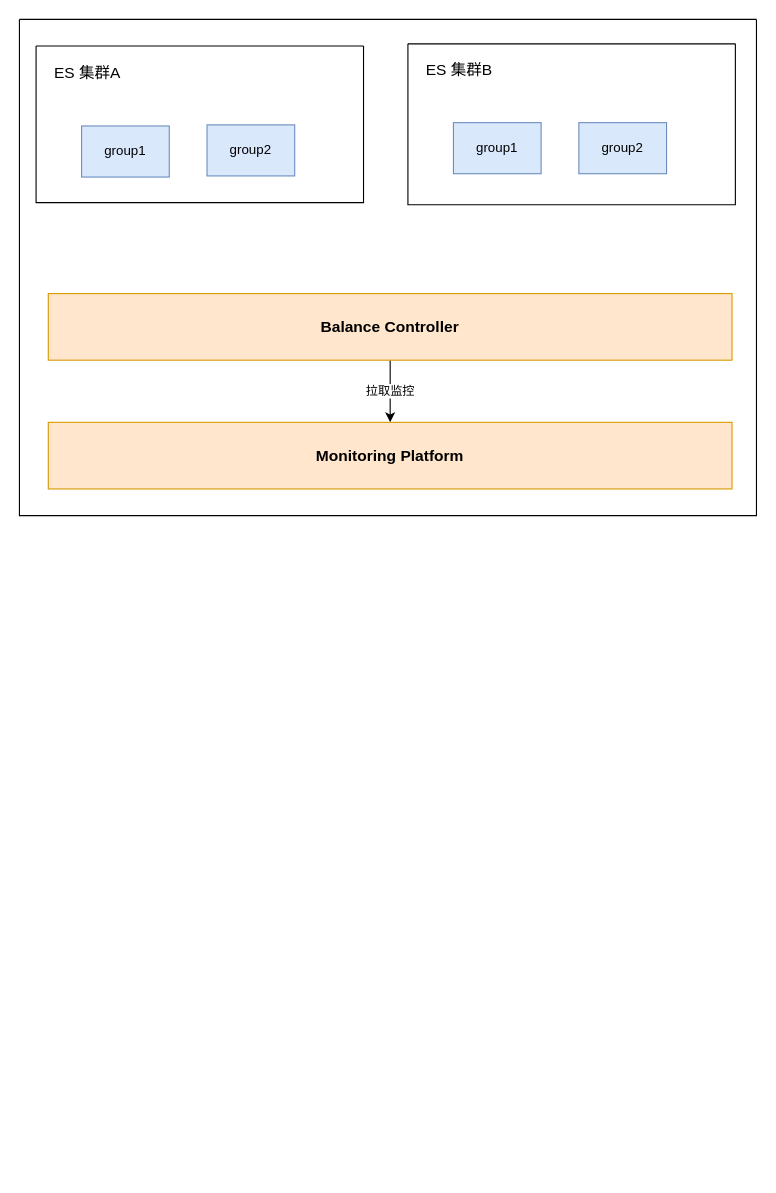
Before: page "第 10 页" (9 of 9) of promotion.drawio in WebbingXu/draw, a draw.io diagram. Source tidied: cells renumbered, new cells numbered last; positions are measured from the earlier drawing's top-left corner, leaving out a move shared by most shapes. Both pictures are drawn from the tidied source at 111%, with x=0, y=0 at pixel (19, 19).
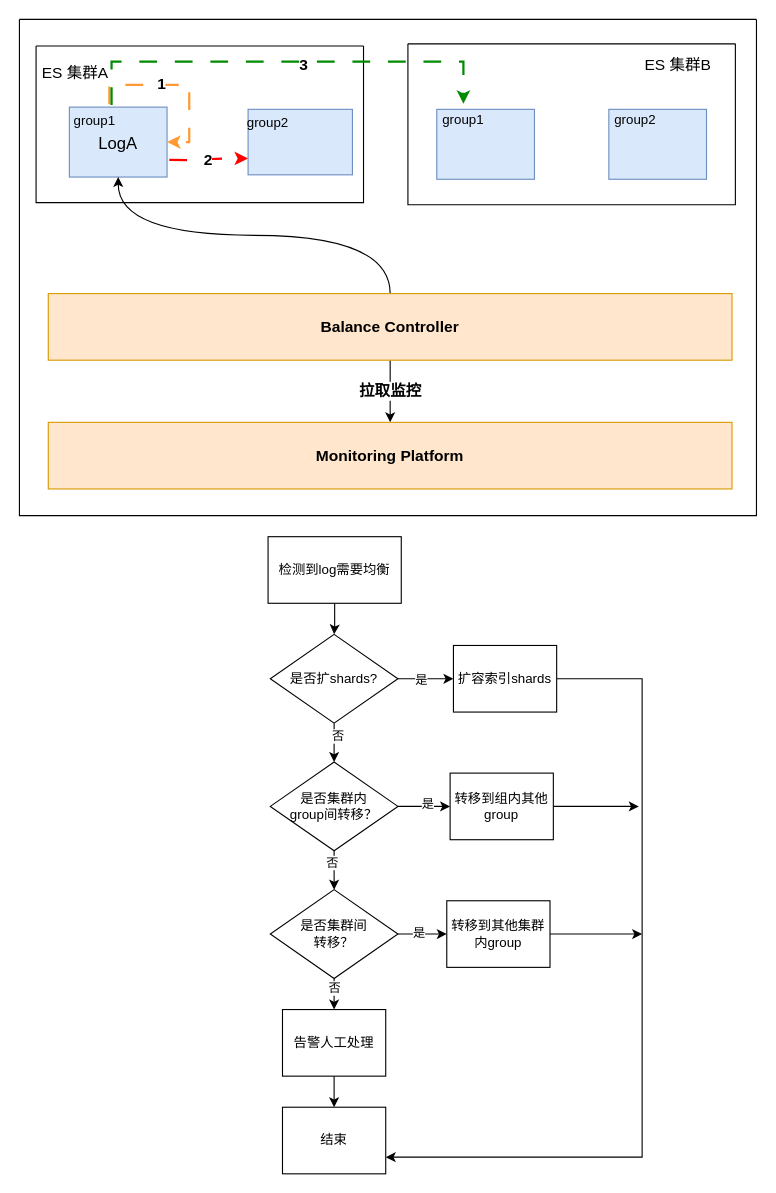
After the change.

Unchanged cells that the change refers to:
```xml
<mxCell id="2" style="swimlane;startSize=0;" parent="1" vertex="1">
  <mxGeometry x="15" y="24" width="295" height="141" as="geometry" />
</mxCell>
<mxCell id="6" style="swimlane;startSize=0;" parent="1" vertex="1">
  <mxGeometry x="350" y="22" width="295" height="145" as="geometry" />
</mxCell>
<mxCell id="12" value="&lt;b&gt;&lt;font style=&quot;font-size: 14px;&quot;&gt;Balance Controller&lt;/font&gt;&lt;/b&gt;" style="rounded=0;whiteSpace=wrap;html=1;fillColor=#ffe6cc;strokeColor=#d79b00;" parent="1" vertex="1">
  <mxGeometry x="26" y="247" width="616" height="60" as="geometry" />
</mxCell>
<mxCell id="13" value="&lt;b&gt;&lt;font style=&quot;font-size: 14px;&quot;&gt;Monitoring Platform&lt;/font&gt;&lt;/b&gt;" style="rounded=0;whiteSpace=wrap;html=1;fillColor=#ffe6cc;strokeColor=#d79b00;" parent="1" vertex="1">
  <mxGeometry x="26" y="363" width="616" height="60" as="geometry" />
</mxCell>
```

What changed in the source:
```diff
@@
-    <mxCell id="3" value="group1" style="rounded=0;whiteSpace=wrap;html=1;fillColor=#dae8fc;strokeColor=#6c8ebf;" parent="2" vertex="1">
-      <mxGeometry x="41" y="72" width="79" height="46" as="geometry" />
+    <mxCell id="3" value="LogA" style="rounded=0;whiteSpace=wrap;html=1;fillColor=#dae8fc;strokeColor=#6c8ebf;fontSize=15;" parent="2" vertex="1">
+      <mxGeometry x="30" y="55" width="88" height="63" as="geometry" />
     </mxCell>
-    <mxCell id="4" value="group2" style="rounded=0;whiteSpace=wrap;html=1;fillColor=#dae8fc;strokeColor=#6c8ebf;" parent="2" vertex="1">
-      <mxGeometry x="154" y="71" width="79" height="46" as="geometry" />
-    </mxCell>
+    <mxCell id="14" value="group1" style="text;html=1;strokeColor=none;fillColor=none;align=center;verticalAlign=middle;whiteSpace=wrap;rounded=0;" parent="2" vertex="1">
+      <mxGeometry x="23" y="53" width="60" height="30" as="geometry" />
+    </mxCell>
+    <mxCell id="15" style="edgeStyle=orthogonalEdgeStyle;rounded=0;orthogonalLoop=1;jettySize=auto;html=1;exitX=0.409;exitY=-0.04;exitDx=0;exitDy=0;exitPerimeter=0;entryX=1;entryY=0.5;entryDx=0;entryDy=0;dashed=1;dashPattern=8 8;strokeColor=#FF9933;strokeWidth=2;" parent="2" edge="1" source="3" target="3">
+      <mxGeometry relative="1" as="geometry" />
+    </mxCell>
+    <mxCell id="16" value="&lt;font style=&quot;font-size: 14px;&quot;&gt;&lt;b&gt;1&lt;/b&gt;&lt;/font&gt;" style="edgeLabel;html=1;align=center;verticalAlign=middle;" parent="15" vertex="1">
+      <mxGeometry x="-0.2" y="3" relative="1" as="geometry">
+        <mxPoint y="1" as="offset" />
+      </mxGeometry>
+    </mxCell>
     <mxCell id="5" value="&lt;font style=&quot;font-size: 14px;&quot;&gt;ES 集群A&lt;/font&gt;" style="text;html=1;align=center;verticalAlign=middle;strokeColor=none;fillColor=none;" parent="1" vertex="1">
-      <mxGeometry x="22" y="33" width="78" height="29" as="geometry" />
+      <mxGeometry x="11" y="33" width="78" height="29" as="geometry" />
     </mxCell>
@@
-    <mxCell id="7" value="group1" style="rounded=0;whiteSpace=wrap;html=1;fillColor=#dae8fc;strokeColor=#6c8ebf;" parent="6" vertex="1">
-      <mxGeometry x="41" y="71" width="79" height="46" as="geometry" />
-    </mxCell>
-    <mxCell id="8" value="group2" style="rounded=0;whiteSpace=wrap;html=1;fillColor=#dae8fc;strokeColor=#6c8ebf;" parent="6" vertex="1">
-      <mxGeometry x="154" y="71" width="79" height="46" as="geometry" />
-    </mxCell>
+    <mxCell id="10" style="swimlane;startSize=0;" parent="1" vertex="1">
+      <mxGeometry width="664" height="447" as="geometry" />
+    </mxCell>
+    <mxCell id="4" style="rounded=0;whiteSpace=wrap;html=1;fillColor=#dae8fc;strokeColor=#6c8ebf;" parent="10" vertex="1">
+      <mxGeometry x="206" y="81" width="94" height="59" as="geometry" />
+    </mxCell>
+    <mxCell id="17" style="rounded=0;whiteSpace=wrap;html=1;fillColor=#dae8fc;strokeColor=#6c8ebf;" parent="10" vertex="1">
+      <mxGeometry x="376" y="81" width="88" height="63" as="geometry" />
+    </mxCell>
+    <mxCell id="18" style="rounded=0;whiteSpace=wrap;html=1;fillColor=#dae8fc;strokeColor=#6c8ebf;" parent="10" vertex="1">
+      <mxGeometry x="531" y="81" width="88" height="63" as="geometry" />
+    </mxCell>
+    <mxCell id="19" value="group2" style="text;html=1;strokeColor=none;fillColor=none;align=center;verticalAlign=middle;whiteSpace=wrap;rounded=0;" parent="10" vertex="1">
+      <mxGeometry x="194" y="78" width="60" height="30" as="geometry" />
+    </mxCell>
+    <mxCell id="20" value="group1" style="text;html=1;strokeColor=none;fillColor=none;align=center;verticalAlign=middle;whiteSpace=wrap;rounded=0;" parent="10" vertex="1">
+      <mxGeometry x="370" y="76" width="60" height="30" as="geometry" />
+    </mxCell>
+    <mxCell id="21" value="group2" style="text;html=1;strokeColor=none;fillColor=none;align=center;verticalAlign=middle;whiteSpace=wrap;rounded=0;" parent="10" vertex="1">
+      <mxGeometry x="525" y="76" width="60" height="30" as="geometry" />
+    </mxCell>
-    <mxCell id="9" value="&lt;font style=&quot;font-size: 14px;&quot;&gt;ES 集群B&lt;/font&gt;" style="text;html=1;align=center;verticalAlign=middle;strokeColor=none;fillColor=none;" parent="1" vertex="1">
-      <mxGeometry x="357" y="31" width="78" height="29" as="geometry" />
+    <mxCell id="9" value="&lt;font style=&quot;font-size: 14px;&quot;&gt;ES 集群B&lt;/font&gt;" style="text;html=1;align=center;verticalAlign=middle;strokeColor=none;fillColor=none;" parent="10" vertex="1">
+      <mxGeometry x="554" y="26" width="78" height="29" as="geometry" />
     </mxCell>
-    <mxCell id="10" style="swimlane;startSize=0;" parent="1" vertex="1">
-      <mxGeometry width="664" height="447" as="geometry" />
-    </mxCell>
-    <mxCell id="11" value="拉取监控" style="edgeStyle=orthogonalEdgeStyle;rounded=0;jettySize=auto;html=1;" parent="1" edge="1" source="12" target="13">
+    <mxCell id="11" value="&lt;b&gt;&lt;font style=&quot;font-size: 14px;&quot;&gt;拉取监控&lt;/font&gt;&lt;/b&gt;" style="edgeStyle=orthogonalEdgeStyle;rounded=0;jettySize=auto;html=1;" parent="1" edge="1" source="12" target="13">
       <mxGeometry relative="1" as="geometry" />
     </mxCell>
+    <mxCell id="22" style="edgeStyle=orthogonalEdgeStyle;rounded=0;jettySize=auto;html=1;curved=1;" parent="1" edge="1" source="12" target="3">
+      <mxGeometry relative="1" as="geometry" />
+    </mxCell>
@@
+    <mxCell id="23" style="edgeStyle=orthogonalEdgeStyle;rounded=0;jettySize=auto;html=1;curved=1;entryX=0;entryY=0.75;entryDx=0;entryDy=0;dashed=1;dashPattern=8 8;strokeColor=#FF0000;strokeWidth=2;" parent="1" edge="1" target="4">
+      <mxGeometry relative="1" as="geometry">
+        <mxPoint x="135" y="126.5" as="sourcePoint" />
+      </mxGeometry>
+    </mxCell>
+    <mxCell id="24" value="&lt;font style=&quot;font-size: 14px;&quot;&gt;&lt;b&gt;2&lt;/b&gt;&lt;/font&gt;" style="edgeLabel;html=1;align=center;verticalAlign=middle;" parent="23" vertex="1">
+      <mxGeometry x="-0.04" relative="1" as="geometry" />
+    </mxCell>
+    <mxCell id="25" style="edgeStyle=orthogonalEdgeStyle;rounded=0;jettySize=auto;html=1;exitX=0.75;exitY=0;exitDx=0;exitDy=0;strokeColor=#008A00;strokeWidth=2;dashed=1;dashPattern=8 8;" parent="1" edge="1" source="14" target="20">
+      <mxGeometry relative="1" as="geometry">
+        <Array as="points">
+          <mxPoint x="83" y="38" />
+          <mxPoint x="400" y="38" />
+        </Array>
+      </mxGeometry>
+    </mxCell>
+    <mxCell id="26" value="&lt;font style=&quot;font-size: 14px;&quot;&gt;&lt;b&gt;3&lt;/b&gt;&lt;/font&gt;" style="edgeLabel;html=1;align=center;verticalAlign=middle;" parent="25" vertex="1">
+      <mxGeometry x="0.07" y="-1" relative="1" as="geometry">
+        <mxPoint y="1" as="offset" />
+      </mxGeometry>
+    </mxCell>
+    <mxCell id="27" style="edgeStyle=orthogonalEdgeStyle;rounded=0;jettySize=auto;html=1;" parent="1" edge="1" source="28" target="33">
+      <mxGeometry relative="1" as="geometry" />
+    </mxCell>
+    <mxCell id="28" value="检测到log需要均衡" style="rounded=0;whiteSpace=wrap;html=1;" parent="1" vertex="1">
+      <mxGeometry x="224" y="466" width="120" height="60" as="geometry" />
+    </mxCell>
+    <mxCell id="29" style="edgeStyle=orthogonalEdgeStyle;rounded=0;jettySize=auto;html=1;" parent="1" edge="1" source="33" target="35">
+      <mxGeometry relative="1" as="geometry" />
+    </mxCell>
+    <mxCell id="30" value="是" style="edgeLabel;html=1;align=center;verticalAlign=middle;" parent="29" vertex="1">
+      <mxGeometry x="-0.2" relative="1" as="geometry" />
+    </mxCell>
+    <mxCell id="31" style="edgeStyle=orthogonalEdgeStyle;rounded=0;jettySize=auto;html=1;" parent="1" edge="1" source="33" target="40">
+      <mxGeometry relative="1" as="geometry" />
+    </mxCell>
+    <mxCell id="32" value="否" style="edgeLabel;html=1;align=center;verticalAlign=middle;" parent="31" vertex="1">
+      <mxGeometry x="-0.51" y="3" relative="1" as="geometry" />
+    </mxCell>
+    <mxCell id="33" value="是否扩shards?" style="rhombus;whiteSpace=wrap;html=1;" parent="1" vertex="1">
+      <mxGeometry x="226" y="554" width="115" height="80" as="geometry" />
+    </mxCell>
+    <mxCell id="34" style="edgeStyle=orthogonalEdgeStyle;rounded=0;jettySize=auto;html=1;entryX=1;entryY=0.75;entryDx=0;entryDy=0;" parent="1" edge="1" source="35" target="52">
+      <mxGeometry relative="1" as="geometry">
+        <Array as="points">
+          <mxPoint x="561" y="594" />
+          <mxPoint x="561" y="1025" />
+        </Array>
+      </mxGeometry>
+    </mxCell>
+    <mxCell id="35" value="扩容索引shards" style="rounded=0;whiteSpace=wrap;html=1;" parent="1" vertex="1">
+      <mxGeometry x="391" y="564" width="93" height="60" as="geometry" />
+    </mxCell>
+    <mxCell id="36" style="edgeStyle=orthogonalEdgeStyle;rounded=0;jettySize=auto;html=1;" parent="1" edge="1" source="40" target="42">
+      <mxGeometry relative="1" as="geometry" />
+    </mxCell>
+    <mxCell id="37" value="是" style="edgeLabel;html=1;align=center;verticalAlign=middle;" parent="36" vertex="1">
+      <mxGeometry x="0.11" y="3" relative="1" as="geometry" />
+    </mxCell>
+    <mxCell id="38" style="edgeStyle=orthogonalEdgeStyle;rounded=0;jettySize=auto;html=1;" parent="1" edge="1" source="40" target="47">
+      <mxGeometry relative="1" as="geometry" />
+    </mxCell>
+    <mxCell id="39" value="否" style="edgeLabel;html=1;align=center;verticalAlign=middle;" parent="38" vertex="1">
+      <mxGeometry x="-0.73" y="-2" relative="1" as="geometry">
+        <mxPoint y="4" as="offset" />
+      </mxGeometry>
+    </mxCell>
+    <mxCell id="40" value="是否集群内 &lt;br&gt;group间转移？" style="rhombus;whiteSpace=wrap;html=1;" parent="1" vertex="1">
+      <mxGeometry x="226" y="669" width="115" height="80" as="geometry" />
+    </mxCell>
+    <mxCell id="41" style="edgeStyle=orthogonalEdgeStyle;rounded=0;jettySize=auto;html=1;" parent="1" edge="1" source="42">
+      <mxGeometry relative="1" as="geometry">
+        <mxPoint x="558" y="709" as="targetPoint" />
+      </mxGeometry>
+    </mxCell>
+    <mxCell id="42" value="转移到组内其他group" style="rounded=0;whiteSpace=wrap;html=1;" parent="1" vertex="1">
+      <mxGeometry x="388" y="679" width="93" height="60" as="geometry" />
+    </mxCell>
+    <mxCell id="43" style="edgeStyle=orthogonalEdgeStyle;rounded=0;jettySize=auto;html=1;" parent="1" edge="1" source="47" target="49">
+      <mxGeometry relative="1" as="geometry" />
+    </mxCell>
+    <mxCell id="44" value="是" style="edgeLabel;html=1;align=center;verticalAlign=middle;" parent="43" vertex="1">
+      <mxGeometry x="-0.18" y="2" relative="1" as="geometry" />
+    </mxCell>
+    <mxCell id="45" style="edgeStyle=orthogonalEdgeStyle;rounded=0;jettySize=auto;html=1;" parent="1" edge="1" source="47" target="51">
+      <mxGeometry relative="1" as="geometry" />
+    </mxCell>
+    <mxCell id="46" value="否" style="edgeLabel;html=1;align=center;verticalAlign=middle;" parent="45" vertex="1">
+      <mxGeometry x="0.23" relative="1" as="geometry" />
+    </mxCell>
+    <mxCell id="47" value="是否集群间&lt;br&gt;转移？" style="rhombus;whiteSpace=wrap;html=1;" parent="1" vertex="1">
+      <mxGeometry x="226" y="784" width="115" height="80" as="geometry" />
+    </mxCell>
+    <mxCell id="48" style="edgeStyle=orthogonalEdgeStyle;rounded=0;jettySize=auto;html=1;" parent="1" edge="1" source="49">
+      <mxGeometry relative="1" as="geometry">
+        <mxPoint x="561" y="824" as="targetPoint" />
+      </mxGeometry>
+    </mxCell>
+    <mxCell id="49" value="转移到其他集群内group" style="rounded=0;whiteSpace=wrap;html=1;" parent="1" vertex="1">
+      <mxGeometry x="385" y="794" width="93" height="60" as="geometry" />
+    </mxCell>
+    <mxCell id="50" style="edgeStyle=orthogonalEdgeStyle;rounded=0;jettySize=auto;html=1;" parent="1" edge="1" source="51" target="52">
+      <mxGeometry relative="1" as="geometry" />
+    </mxCell>
+    <mxCell id="51" value="告警人工处理" style="rounded=0;whiteSpace=wrap;html=1;" parent="1" vertex="1">
+      <mxGeometry x="237" y="892" width="93" height="60" as="geometry" />
+    </mxCell>
+    <mxCell id="52" value="结束" style="rounded=0;whiteSpace=wrap;html=1;" parent="1" vertex="1">
+      <mxGeometry x="237" y="980" width="93" height="60" as="geometry" />
+    </mxCell>
```
